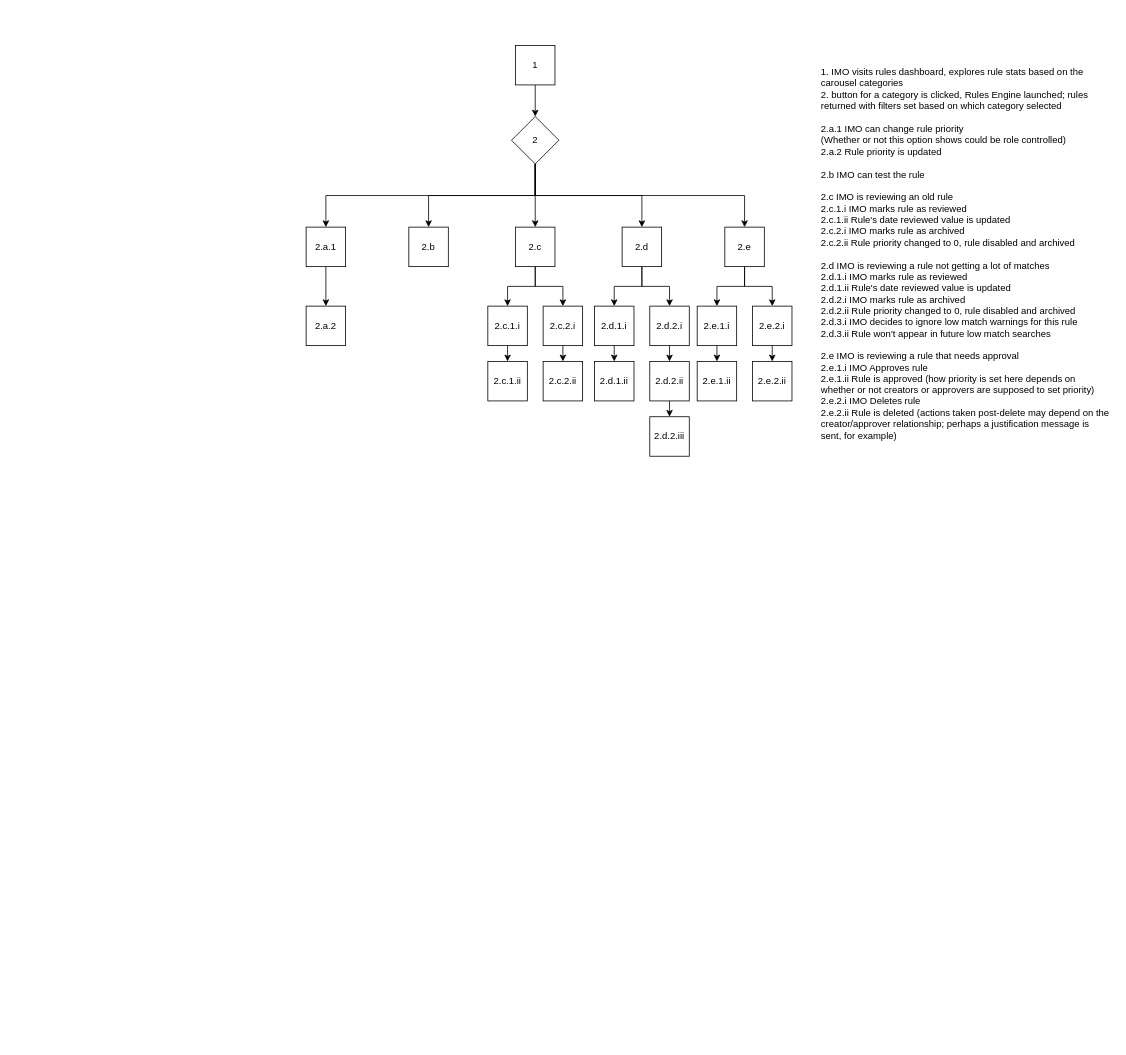
Earlier version of the draw.io diagram page "Workflow" (2 of 3) of Drawings/RulesEngine/RulesEngine.drawio (RMSLowside/rmslow). Source tidied: cells renumbered, new cells numbered last; positions are measured from the earlier drawing's top-left corner, leaving out a move shared by most shapes. Both pictures are drawn from the tidied source at 79%, with x=0, y=0 at pixel (306, 45).
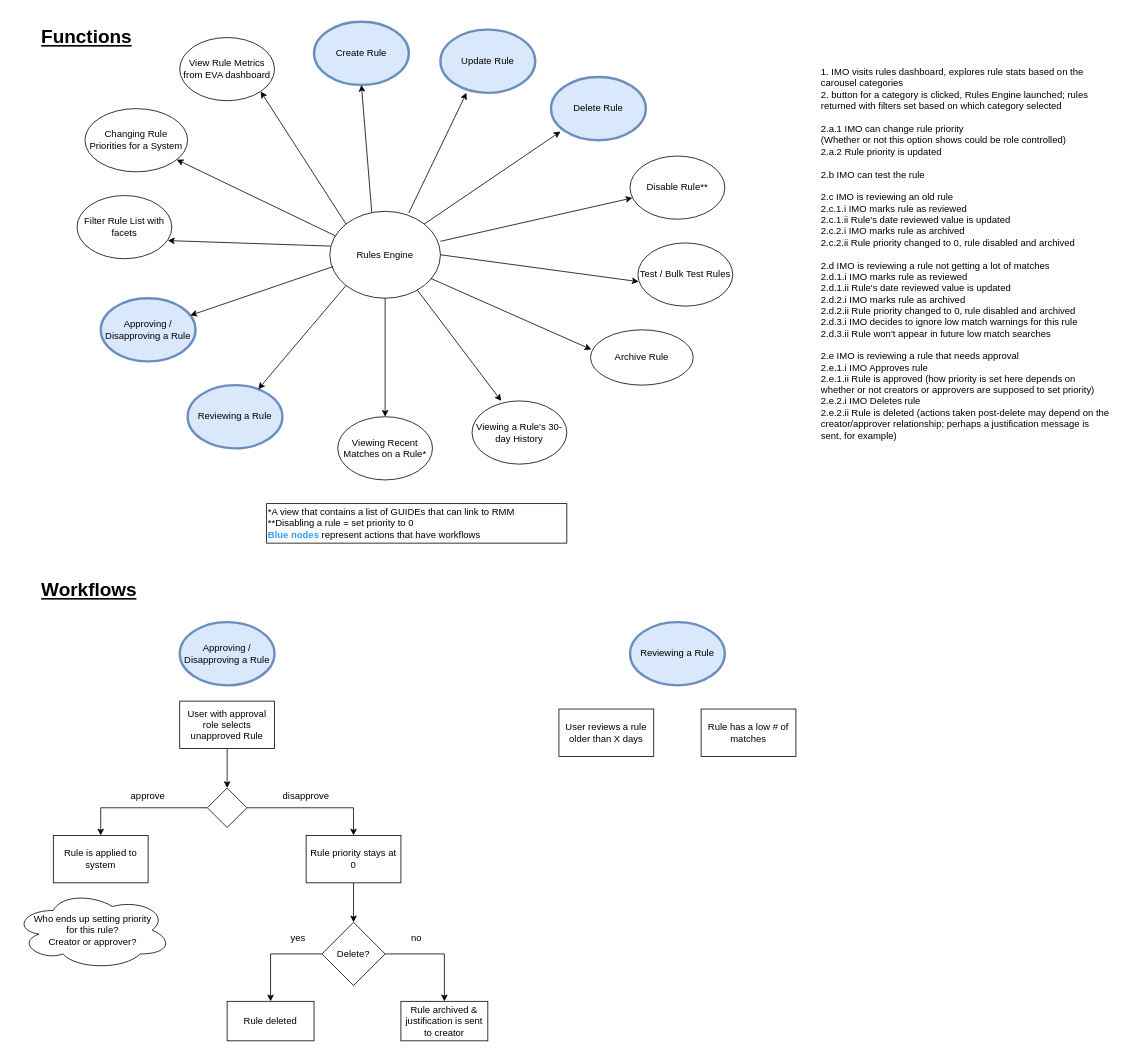
After the change.

Change to the diagram source:
```diff
@@
-    <mxCell id="3" style="edgeStyle=orthogonalEdgeStyle;rounded=0;jettySize=auto;html=1;exitX=0.5;exitY=1;exitDx=0;exitDy=0;entryX=0.5;entryY=0;entryDx=0;entryDy=0;" parent="1" edge="1" source="4" target="12">
-      <mxGeometry relative="1" as="geometry" />
-    </mxCell>
-    <mxCell id="4" value="1" style="whiteSpace=wrap;html=1;" parent="1" vertex="1">
-      <mxGeometry x="265" width="50" height="50" as="geometry" />
-    </mxCell>
-    <mxCell id="5" style="edgeStyle=orthogonalEdgeStyle;rounded=0;jettySize=auto;html=1;exitX=0.5;exitY=1;exitDx=0;exitDy=0;entryX=0.5;entryY=0;entryDx=0;entryDy=0;" parent="1" edge="1" source="6" target="43">
-      <mxGeometry relative="1" as="geometry" />
-    </mxCell>
-    <mxCell id="6" value="2.a.1" style="whiteSpace=wrap;html=1;" parent="1" vertex="1">
-      <mxGeometry y="230" width="50" height="50" as="geometry" />
-    </mxCell>
-    <mxCell id="7" style="edgeStyle=orthogonalEdgeStyle;rounded=0;jettySize=auto;html=1;exitX=0.5;exitY=1;exitDx=0;exitDy=0;entryX=0.5;entryY=0;entryDx=0;entryDy=0;" parent="1" edge="1" source="12" target="6">
-      <mxGeometry relative="1" as="geometry" />
-    </mxCell>
-    <mxCell id="8" style="edgeStyle=orthogonalEdgeStyle;rounded=0;jettySize=auto;html=1;exitX=0.5;exitY=1;exitDx=0;exitDy=0;entryX=0.5;entryY=0;entryDx=0;entryDy=0;" parent="1" edge="1" source="12" target="13">
-      <mxGeometry relative="1" as="geometry" />
-    </mxCell>
-    <mxCell id="9" style="edgeStyle=orthogonalEdgeStyle;rounded=0;jettySize=auto;html=1;exitX=0.5;exitY=1;exitDx=0;exitDy=0;entryX=0.5;entryY=0;entryDx=0;entryDy=0;" parent="1" edge="1" source="12" target="16">
-      <mxGeometry relative="1" as="geometry" />
-    </mxCell>
-    <mxCell id="10" style="edgeStyle=orthogonalEdgeStyle;rounded=0;jettySize=auto;html=1;exitX=0.5;exitY=1;exitDx=0;exitDy=0;" parent="1" edge="1" source="12" target="19">
-      <mxGeometry relative="1" as="geometry" />
-    </mxCell>
-    <mxCell id="11" style="edgeStyle=orthogonalEdgeStyle;rounded=0;jettySize=auto;html=1;exitX=0.5;exitY=1;exitDx=0;exitDy=0;entryX=0.5;entryY=0;entryDx=0;entryDy=0;" parent="1" edge="1" source="12" target="22">
-      <mxGeometry relative="1" as="geometry" />
-    </mxCell>
-    <mxCell id="12" value="2" style="rhombus;whiteSpace=wrap;html=1;" parent="1" vertex="1">
-      <mxGeometry x="260" y="90" width="60" height="60" as="geometry" />
-    </mxCell>
-    <mxCell id="13" value="2.b" style="whiteSpace=wrap;html=1;" parent="1" vertex="1">
-      <mxGeometry x="130" y="230" width="50" height="50" as="geometry" />
-    </mxCell>
-    <mxCell id="14" style="edgeStyle=orthogonalEdgeStyle;rounded=0;jettySize=auto;html=1;exitX=0.5;exitY=1;exitDx=0;exitDy=0;entryX=0.5;entryY=0;entryDx=0;entryDy=0;" parent="1" edge="1" source="16" target="24">
-      <mxGeometry relative="1" as="geometry" />
-    </mxCell>
-    <mxCell id="15" style="edgeStyle=orthogonalEdgeStyle;rounded=0;jettySize=auto;html=1;exitX=0.5;exitY=1;exitDx=0;exitDy=0;entryX=0.5;entryY=0;entryDx=0;entryDy=0;" parent="1" edge="1" source="16" target="26">
-      <mxGeometry relative="1" as="geometry" />
-    </mxCell>
-    <mxCell id="16" value="2.c" style="whiteSpace=wrap;html=1;" parent="1" vertex="1">
-      <mxGeometry x="265" y="230" width="50" height="50" as="geometry" />
-    </mxCell>
-    <mxCell id="17" style="edgeStyle=orthogonalEdgeStyle;rounded=0;jettySize=auto;html=1;exitX=0.5;exitY=1;exitDx=0;exitDy=0;entryX=0.5;entryY=0;entryDx=0;entryDy=0;" parent="1" edge="1" source="19" target="28">
-      <mxGeometry relative="1" as="geometry" />
-    </mxCell>
-    <mxCell id="18" style="edgeStyle=orthogonalEdgeStyle;rounded=0;jettySize=auto;html=1;exitX=0.5;exitY=1;exitDx=0;exitDy=0;entryX=0.5;entryY=0;entryDx=0;entryDy=0;" parent="1" edge="1" source="19" target="30">
-      <mxGeometry relative="1" as="geometry" />
-    </mxCell>
-    <mxCell id="19" value="2.d" style="whiteSpace=wrap;html=1;" parent="1" vertex="1">
-      <mxGeometry x="400" y="230" width="50" height="50" as="geometry" />
-    </mxCell>
-    <mxCell id="20" style="edgeStyle=orthogonalEdgeStyle;rounded=0;jettySize=auto;html=1;exitX=0.5;exitY=1;exitDx=0;exitDy=0;entryX=0.5;entryY=0;entryDx=0;entryDy=0;" parent="1" edge="1" source="22" target="32">
-      <mxGeometry relative="1" as="geometry" />
-    </mxCell>
-    <mxCell id="21" style="edgeStyle=orthogonalEdgeStyle;rounded=0;jettySize=auto;html=1;exitX=0.5;exitY=1;exitDx=0;exitDy=0;entryX=0.5;entryY=0;entryDx=0;entryDy=0;" parent="1" edge="1" source="22" target="34">
-      <mxGeometry relative="1" as="geometry" />
-    </mxCell>
-    <mxCell id="22" value="2.e" style="whiteSpace=wrap;html=1;" parent="1" vertex="1">
-      <mxGeometry x="530" y="230" width="50" height="50" as="geometry" />
-    </mxCell>
-    <mxCell id="23" style="edgeStyle=orthogonalEdgeStyle;rounded=0;jettySize=auto;html=1;exitX=0.5;exitY=1;exitDx=0;exitDy=0;entryX=0.5;entryY=0;entryDx=0;entryDy=0;" parent="1" edge="1" source="24" target="35">
-      <mxGeometry relative="1" as="geometry" />
-    </mxCell>
-    <mxCell id="24" value="2.c.1.i" style="whiteSpace=wrap;html=1;" parent="1" vertex="1">
-      <mxGeometry x="230" y="330" width="50" height="50" as="geometry" />
-    </mxCell>
-    <mxCell id="25" style="edgeStyle=orthogonalEdgeStyle;rounded=0;jettySize=auto;html=1;exitX=0.5;exitY=1;exitDx=0;exitDy=0;entryX=0.5;entryY=0;entryDx=0;entryDy=0;" parent="1" edge="1" source="26" target="36">
-      <mxGeometry relative="1" as="geometry" />
-    </mxCell>
-    <mxCell id="26" value="2.c.2.i" style="whiteSpace=wrap;html=1;" parent="1" vertex="1">
-      <mxGeometry x="300" y="330" width="50" height="50" as="geometry" />
-    </mxCell>
-    <mxCell id="27" style="edgeStyle=orthogonalEdgeStyle;rounded=0;jettySize=auto;html=1;exitX=0.5;exitY=1;exitDx=0;exitDy=0;entryX=0.5;entryY=0;entryDx=0;entryDy=0;" parent="1" edge="1" source="28" target="37">
-      <mxGeometry relative="1" as="geometry" />
-    </mxCell>
-    <mxCell id="28" value="2.d.1.i" style="whiteSpace=wrap;html=1;" parent="1" vertex="1">
-      <mxGeometry x="365" y="330" width="50" height="50" as="geometry" />
-    </mxCell>
-    <mxCell id="29" style="edgeStyle=orthogonalEdgeStyle;rounded=0;jettySize=auto;html=1;exitX=0.5;exitY=1;exitDx=0;exitDy=0;entryX=0.5;entryY=0;entryDx=0;entryDy=0;" parent="1" edge="1" source="30" target="39">
-      <mxGeometry relative="1" as="geometry" />
-    </mxCell>
-    <mxCell id="30" value="2.d.2.i" style="whiteSpace=wrap;html=1;" parent="1" vertex="1">
-      <mxGeometry x="435" y="330" width="50" height="50" as="geometry" />
-    </mxCell>
-    <mxCell id="31" style="edgeStyle=orthogonalEdgeStyle;rounded=0;jettySize=auto;html=1;exitX=0.5;exitY=1;exitDx=0;exitDy=0;entryX=0.5;entryY=0;entryDx=0;entryDy=0;" parent="1" edge="1" source="32" target="40">
-      <mxGeometry relative="1" as="geometry" />
-    </mxCell>
-    <mxCell id="32" value="2.e.1.i" style="whiteSpace=wrap;html=1;" parent="1" vertex="1">
-      <mxGeometry x="495" y="330" width="50" height="50" as="geometry" />
-    </mxCell>
-    <mxCell id="33" style="edgeStyle=orthogonalEdgeStyle;rounded=0;jettySize=auto;html=1;exitX=0.5;exitY=1;exitDx=0;exitDy=0;entryX=0.5;entryY=0;entryDx=0;entryDy=0;" parent="1" edge="1" source="34" target="41">
-      <mxGeometry relative="1" as="geometry" />
-    </mxCell>
-    <mxCell id="34" value="2.e.2.i" style="whiteSpace=wrap;html=1;" parent="1" vertex="1">
-      <mxGeometry x="565" y="330" width="50" height="50" as="geometry" />
-    </mxCell>
-    <mxCell id="35" value="2.c.1.ii" style="whiteSpace=wrap;html=1;" parent="1" vertex="1">
-      <mxGeometry x="230" y="400" width="50" height="50" as="geometry" />
-    </mxCell>
-    <mxCell id="36" value="2.c.2.ii" style="whiteSpace=wrap;html=1;" parent="1" vertex="1">
-      <mxGeometry x="300" y="400" width="50" height="50" as="geometry" />
-    </mxCell>
-    <mxCell id="37" value="2.d.1.ii" style="whiteSpace=wrap;html=1;" parent="1" vertex="1">
-      <mxGeometry x="365" y="400" width="50" height="50" as="geometry" />
-    </mxCell>
-    <mxCell id="38" style="edgeStyle=orthogonalEdgeStyle;rounded=0;jettySize=auto;html=1;exitX=0.5;exitY=1;exitDx=0;exitDy=0;entryX=0.5;entryY=0;entryDx=0;entryDy=0;" parent="1" edge="1" source="39" target="42">
-      <mxGeometry relative="1" as="geometry" />
-    </mxCell>
-    <mxCell id="39" value="2.d.2.ii" style="whiteSpace=wrap;html=1;" parent="1" vertex="1">
-      <mxGeometry x="435" y="400" width="50" height="50" as="geometry" />
-    </mxCell>
-    <mxCell id="40" value="2.e.1.ii" style="whiteSpace=wrap;html=1;" parent="1" vertex="1">
-      <mxGeometry x="495" y="400" width="50" height="50" as="geometry" />
-    </mxCell>
-    <mxCell id="41" value="2.e.2.ii" style="whiteSpace=wrap;html=1;" parent="1" vertex="1">
-      <mxGeometry x="565" y="400" width="50" height="50" as="geometry" />
-    </mxCell>
-    <mxCell id="42" value="2.d.2.iii" style="whiteSpace=wrap;html=1;" parent="1" vertex="1">
-      <mxGeometry x="435" y="470" width="50" height="50" as="geometry" />
-    </mxCell>
-    <mxCell id="43" value="2.a.2" style="whiteSpace=wrap;html=1;" parent="1" vertex="1">
-      <mxGeometry y="330" width="50" height="50" as="geometry" />
-    </mxCell>
+    <mxCell id="44" value="Rules Engine" style="ellipse;whiteSpace=wrap;html=1;" parent="1" vertex="1">
+      <mxGeometry x="30" y="210" width="140" height="110" as="geometry" />
+    </mxCell>
+    <mxCell id="45" value="View Rule Metrics from EVA dashboard" style="ellipse;whiteSpace=wrap;html=1;" parent="1" vertex="1">
+      <mxGeometry x="-160" y="-10" width="120" height="80" as="geometry" />
+    </mxCell>
+    <mxCell id="46" value="Create Rule" style="ellipse;whiteSpace=wrap;html=1;fillColor=#dae8fc;strokeColor=#6c8ebf;strokeWidth=3;" parent="1" vertex="1">
+      <mxGeometry x="10" y="-30" width="120" height="80" as="geometry" />
+    </mxCell>
+    <mxCell id="47" value="Update Rule" style="ellipse;whiteSpace=wrap;html=1;fillColor=#dae8fc;strokeColor=#6c8ebf;strokeWidth=3;" parent="1" vertex="1">
+      <mxGeometry x="170" y="-20" width="120" height="80" as="geometry" />
+    </mxCell>
+    <mxCell id="48" value="Delete Rule" style="ellipse;whiteSpace=wrap;html=1;fillColor=#dae8fc;strokeColor=#6c8ebf;strokeWidth=3;" parent="1" vertex="1">
+      <mxGeometry x="310" y="40" width="120" height="80" as="geometry" />
+    </mxCell>
+    <mxCell id="49" value="Test / Bulk Test Rules" style="ellipse;whiteSpace=wrap;html=1;" parent="1" vertex="1">
+      <mxGeometry x="420" y="250" width="120" height="80" as="geometry" />
+    </mxCell>
+    <mxCell id="50" value="Archive Rule" style="ellipse;whiteSpace=wrap;html=1;" parent="1" vertex="1">
+      <mxGeometry x="360" y="360" width="130" height="70" as="geometry" />
+    </mxCell>
+    <mxCell id="51" value="Viewing a Rule's 30-day History" style="ellipse;whiteSpace=wrap;html=1;" parent="1" vertex="1">
+      <mxGeometry x="210" y="450" width="120" height="80" as="geometry" />
+    </mxCell>
+    <mxCell id="52" value="Viewing Recent Matches on a Rule*" style="ellipse;whiteSpace=wrap;html=1;" parent="1" vertex="1">
+      <mxGeometry x="40" y="470" width="120" height="80" as="geometry" />
+    </mxCell>
+    <mxCell id="53" value="Reviewing a Rule" style="ellipse;whiteSpace=wrap;html=1;perimeterSpacing=0;fillColor=#dae8fc;strokeColor=#6c8ebf;strokeWidth=3;" parent="1" vertex="1">
+      <mxGeometry x="-150" y="430" width="120" height="80" as="geometry" />
+    </mxCell>
+    <mxCell id="54" value="Approving / Disapproving a Rule" style="ellipse;whiteSpace=wrap;html=1;fillColor=#dae8fc;strokeColor=#6c8ebf;strokeWidth=3;" parent="1" vertex="1">
+      <mxGeometry x="-260" y="320" width="120" height="80" as="geometry" />
+    </mxCell>
+    <mxCell id="55" value="Filter Rule List with facets" style="ellipse;whiteSpace=wrap;html=1;" parent="1" vertex="1">
+      <mxGeometry x="-290" y="190" width="120" height="80" as="geometry" />
+    </mxCell>
+    <mxCell id="56" style="endArrow=classic;html=1;exitX=1;exitY=0.5;exitDx=0;exitDy=0;entryX=0.008;entryY=0.613;entryDx=0;entryDy=0;entryPerimeter=0;" parent="1" edge="1" source="44" target="49">
+      <mxGeometry relative="1" as="geometry" />
+    </mxCell>
+    <mxCell id="57" style="endArrow=classic;html=1;exitX=1;exitY=0;exitDx=0;exitDy=0;entryX=0.1;entryY=0.863;entryDx=0;entryDy=0;entryPerimeter=0;" parent="1" edge="1" source="44" target="48">
+      <mxGeometry relative="1" as="geometry" />
+    </mxCell>
+    <mxCell id="58" style="endArrow=classic;html=1;entryX=0.275;entryY=1;entryDx=0;entryDy=0;entryPerimeter=0;" parent="1" edge="1" target="47">
+      <mxGeometry relative="1" as="geometry">
+        <mxPoint x="130" y="212" as="sourcePoint" />
+      </mxGeometry>
+    </mxCell>
+    <mxCell id="59" style="endArrow=classic;html=1;exitX=0.379;exitY=0.009;exitDx=0;exitDy=0;exitPerimeter=0;entryX=0.5;entryY=1;entryDx=0;entryDy=0;" parent="1" edge="1" source="44" target="46">
+      <mxGeometry relative="1" as="geometry" />
+    </mxCell>
+    <mxCell id="60" style="endArrow=classic;html=1;exitX=0;exitY=0;exitDx=0;exitDy=0;entryX=1;entryY=1;entryDx=0;entryDy=0;" parent="1" edge="1" source="44" target="45">
+      <mxGeometry relative="1" as="geometry" />
+    </mxCell>
+    <mxCell id="61" style="endArrow=classic;html=1;exitX=0.914;exitY=0.773;exitDx=0;exitDy=0;exitPerimeter=0;entryX=0.008;entryY=0.356;entryDx=0;entryDy=0;entryPerimeter=0;" parent="1" edge="1" source="44" target="50">
+      <mxGeometry relative="1" as="geometry" />
+    </mxCell>
+    <mxCell id="62" style="endArrow=classic;html=1;exitX=0.793;exitY=0.909;exitDx=0;exitDy=0;exitPerimeter=0;entryX=0.308;entryY=0;entryDx=0;entryDy=0;entryPerimeter=0;" parent="1" edge="1" source="44" target="51">
+      <mxGeometry relative="1" as="geometry" />
+    </mxCell>
+    <mxCell id="63" style="endArrow=classic;html=1;exitX=0.5;exitY=1;exitDx=0;exitDy=0;entryX=0.5;entryY=0;entryDx=0;entryDy=0;" parent="1" edge="1" source="44" target="52">
+      <mxGeometry relative="1" as="geometry" />
+    </mxCell>
+    <mxCell id="64" style="endArrow=classic;html=1;exitX=0;exitY=1;exitDx=0;exitDy=0;" parent="1" edge="1" source="44" target="53">
+      <mxGeometry relative="1" as="geometry" />
+    </mxCell>
+    <mxCell id="65" style="endArrow=classic;html=1;exitX=0.029;exitY=0.636;exitDx=0;exitDy=0;exitPerimeter=0;" parent="1" edge="1" source="44" target="54">
+      <mxGeometry relative="1" as="geometry" />
+    </mxCell>
+    <mxCell id="66" style="endArrow=classic;html=1;entryX=0.958;entryY=0.713;entryDx=0;entryDy=0;entryPerimeter=0;exitX=0.007;exitY=0.4;exitDx=0;exitDy=0;exitPerimeter=0;" parent="1" edge="1" source="44" target="55">
+      <mxGeometry relative="1" as="geometry" />
+    </mxCell>
+    <mxCell id="67" value="&lt;h1&gt;&lt;u&gt;Workflows&lt;/u&gt;&lt;/h1&gt;" style="text;html=1;strokeColor=none;fillColor=none;spacing=5;spacingTop=-20;whiteSpace=wrap;overflow=hidden;rounded=0;" parent="1" vertex="1">
+      <mxGeometry x="-340" y="670" width="130" height="40" as="geometry" />
+    </mxCell>
+    <mxCell id="68" value="*A view that contains a list of GUIDEs that can link to RMM&lt;br&gt;**Disabling a rule = set priority to 0&lt;br&gt;&lt;font color=&quot;#3399ff&quot;&gt;&lt;b&gt;Blue nodes&lt;/b&gt;&lt;/font&gt; represent actions that have workflows" style="text;html=1;fillColor=none;align=left;verticalAlign=middle;whiteSpace=wrap;rounded=0;perimeterSpacing=0;strokeColor=#000000;" parent="1" vertex="1">
+      <mxGeometry x="-50" y="580" width="380" height="50" as="geometry" />
+    </mxCell>
+    <mxCell id="69" value="&lt;h1&gt;&lt;u&gt;Functions&lt;/u&gt;&lt;/h1&gt;" style="text;html=1;strokeColor=none;fillColor=none;spacing=5;spacingTop=-20;whiteSpace=wrap;overflow=hidden;rounded=0;" parent="1" vertex="1">
+      <mxGeometry x="-340" y="-30" width="130" height="40" as="geometry" />
+    </mxCell>
+    <mxCell id="70" value="User reviews a rule older than X days" style="rounded=0;whiteSpace=wrap;html=1;strokeColor=#000000;strokeWidth=1;" parent="1" vertex="1">
+      <mxGeometry x="320" y="840" width="120" height="60" as="geometry" />
+    </mxCell>
+    <mxCell id="71" value="Rule has a low # of matches" style="rounded=0;whiteSpace=wrap;html=1;strokeColor=#000000;strokeWidth=1;" parent="1" vertex="1">
+      <mxGeometry x="500" y="840" width="120" height="60" as="geometry" />
+    </mxCell>
+    <mxCell id="72" value="Reviewing a Rule" style="ellipse;whiteSpace=wrap;html=1;perimeterSpacing=0;fillColor=#dae8fc;strokeColor=#6c8ebf;strokeWidth=3;" parent="1" vertex="1">
+      <mxGeometry x="410" y="730" width="120" height="80" as="geometry" />
+    </mxCell>
+    <mxCell id="73" value="Disable Rule**" style="ellipse;whiteSpace=wrap;html=1;" parent="1" vertex="1">
+      <mxGeometry x="410" y="140" width="120" height="80" as="geometry" />
+    </mxCell>
+    <mxCell id="74" style="endArrow=classic;html=1;entryX=0.025;entryY=0.663;entryDx=0;entryDy=0;entryPerimeter=0;exitX=1;exitY=0.345;exitDx=0;exitDy=0;exitPerimeter=0;" parent="1" edge="1" source="44" target="73">
+      <mxGeometry relative="1" as="geometry" />
+    </mxCell>
+    <mxCell id="75" value="Changing Rule Priorities for a System" style="ellipse;whiteSpace=wrap;html=1;" parent="1" vertex="1">
+      <mxGeometry x="-280" y="80" width="130" height="80" as="geometry" />
+    </mxCell>
+    <mxCell id="76" style="endArrow=classic;html=1;exitX=0.05;exitY=0.282;exitDx=0;exitDy=0;exitPerimeter=0;" parent="1" edge="1" source="44" target="75">
+      <mxGeometry relative="1" as="geometry" />
+    </mxCell>
+    <mxCell id="77" value="Approving / Disapproving a Rule" style="ellipse;whiteSpace=wrap;html=1;fillColor=#dae8fc;strokeColor=#6c8ebf;strokeWidth=3;" parent="1" vertex="1">
+      <mxGeometry x="-160" y="730" width="120" height="80" as="geometry" />
+    </mxCell>
+    <mxCell id="78" style="edgeStyle=orthogonalEdgeStyle;rounded=0;jettySize=auto;html=1;exitX=0.5;exitY=1;exitDx=0;exitDy=0;entryX=0.5;entryY=0;entryDx=0;entryDy=0;" parent="1" edge="1" source="79" target="82">
+      <mxGeometry relative="1" as="geometry" />
+    </mxCell>
+    <mxCell id="79" value="User with approval role selects unapproved Rule" style="rounded=0;whiteSpace=wrap;html=1;strokeColor=#000000;strokeWidth=1;" parent="1" vertex="1">
+      <mxGeometry x="-160" y="830" width="120" height="60" as="geometry" />
+    </mxCell>
+    <mxCell id="80" style="edgeStyle=orthogonalEdgeStyle;rounded=0;jettySize=auto;html=1;exitX=0;exitY=0.5;exitDx=0;exitDy=0;entryX=0.5;entryY=0;entryDx=0;entryDy=0;" parent="1" edge="1" source="82" target="85">
+      <mxGeometry relative="1" as="geometry" />
+    </mxCell>
+    <mxCell id="81" style="edgeStyle=orthogonalEdgeStyle;rounded=0;jettySize=auto;html=1;exitX=1;exitY=0.5;exitDx=0;exitDy=0;" parent="1" edge="1" source="82" target="84">
+      <mxGeometry relative="1" as="geometry" />
+    </mxCell>
+    <mxCell id="82" style="rhombus;whiteSpace=wrap;html=1;strokeColor=#000000;strokeWidth=1;" parent="1" vertex="1">
+      <mxGeometry x="-125" y="940" width="50" height="50" as="geometry" />
+    </mxCell>
+    <mxCell id="83" style="edgeStyle=orthogonalEdgeStyle;rounded=0;jettySize=auto;html=1;exitX=0.5;exitY=1;exitDx=0;exitDy=0;entryX=0.5;entryY=0;entryDx=0;entryDy=0;" parent="1" edge="1" source="84">
+      <mxGeometry relative="1" as="geometry">
+        <mxPoint x="60" y="1110" as="targetPoint" />
+      </mxGeometry>
+    </mxCell>
+    <mxCell id="84" value="Rule priority stays at 0" style="rounded=0;whiteSpace=wrap;html=1;strokeColor=#000000;strokeWidth=1;" parent="1" vertex="1">
+      <mxGeometry y="1000" width="120" height="60" as="geometry" />
+    </mxCell>
+    <mxCell id="85" value="Rule is applied to system" style="rounded=0;whiteSpace=wrap;html=1;strokeColor=#000000;strokeWidth=1;" parent="1" vertex="1">
+      <mxGeometry x="-320" y="1000" width="120" height="60" as="geometry" />
+    </mxCell>
+    <mxCell id="86" value="approve" style="text;html=1;strokeColor=none;fillColor=none;align=center;verticalAlign=middle;whiteSpace=wrap;rounded=0;" parent="1" vertex="1">
+      <mxGeometry x="-230" y="940" width="60" height="20" as="geometry" />
+    </mxCell>
+    <mxCell id="87" value="disapprove" style="text;html=1;strokeColor=none;fillColor=none;align=center;verticalAlign=middle;whiteSpace=wrap;rounded=0;" parent="1" vertex="1">
+      <mxGeometry x="-30" y="940" width="60" height="20" as="geometry" />
+    </mxCell>
+    <mxCell id="88" value="Who ends up setting priority &lt;br&gt;for this rule?&lt;br&gt;Creator or approver?" style="ellipse;shape=cloud;whiteSpace=wrap;html=1;strokeColor=#000000;strokeWidth=1;" parent="1" vertex="1">
+      <mxGeometry x="-370" y="1070" width="200" height="100" as="geometry" />
+    </mxCell>
+    <mxCell id="89" style="edgeStyle=orthogonalEdgeStyle;rounded=0;jettySize=auto;html=1;exitX=0;exitY=0.5;exitDx=0;exitDy=0;entryX=0.5;entryY=0;entryDx=0;entryDy=0;" parent="1" edge="1" source="91" target="93">
+      <mxGeometry relative="1" as="geometry" />
+    </mxCell>
+    <mxCell id="90" style="edgeStyle=orthogonalEdgeStyle;rounded=0;jettySize=auto;html=1;exitX=1;exitY=0.5;exitDx=0;exitDy=0;entryX=0.5;entryY=0;entryDx=0;entryDy=0;" parent="1" edge="1" source="91" target="92">
+      <mxGeometry relative="1" as="geometry" />
+    </mxCell>
+    <mxCell id="91" value="Delete?" style="rhombus;whiteSpace=wrap;html=1;strokeColor=#000000;strokeWidth=1;" parent="1" vertex="1">
+      <mxGeometry x="20" y="1110" width="80" height="80" as="geometry" />
+    </mxCell>
+    <mxCell id="92" value="Rule archived &amp;amp; justification is sent to creator" style="rounded=0;whiteSpace=wrap;html=1;strokeColor=#000000;strokeWidth=1;" parent="1" vertex="1">
+      <mxGeometry x="120" y="1210" width="110" height="50" as="geometry" />
+    </mxCell>
+    <mxCell id="93" value="Rule deleted" style="rounded=0;whiteSpace=wrap;html=1;strokeColor=#000000;strokeWidth=1;" parent="1" vertex="1">
+      <mxGeometry x="-100" y="1210" width="110" height="50" as="geometry" />
+    </mxCell>
+    <mxCell id="94" value="yes" style="text;html=1;strokeColor=none;fillColor=none;align=center;verticalAlign=middle;whiteSpace=wrap;rounded=0;" parent="1" vertex="1">
+      <mxGeometry x="-40" y="1120" width="60" height="20" as="geometry" />
+    </mxCell>
+    <mxCell id="95" value="no" style="text;html=1;strokeColor=none;fillColor=none;align=center;verticalAlign=middle;whiteSpace=wrap;rounded=0;" parent="1" vertex="1">
+      <mxGeometry x="110" y="1120" width="60" height="20" as="geometry" />
+    </mxCell>
```
